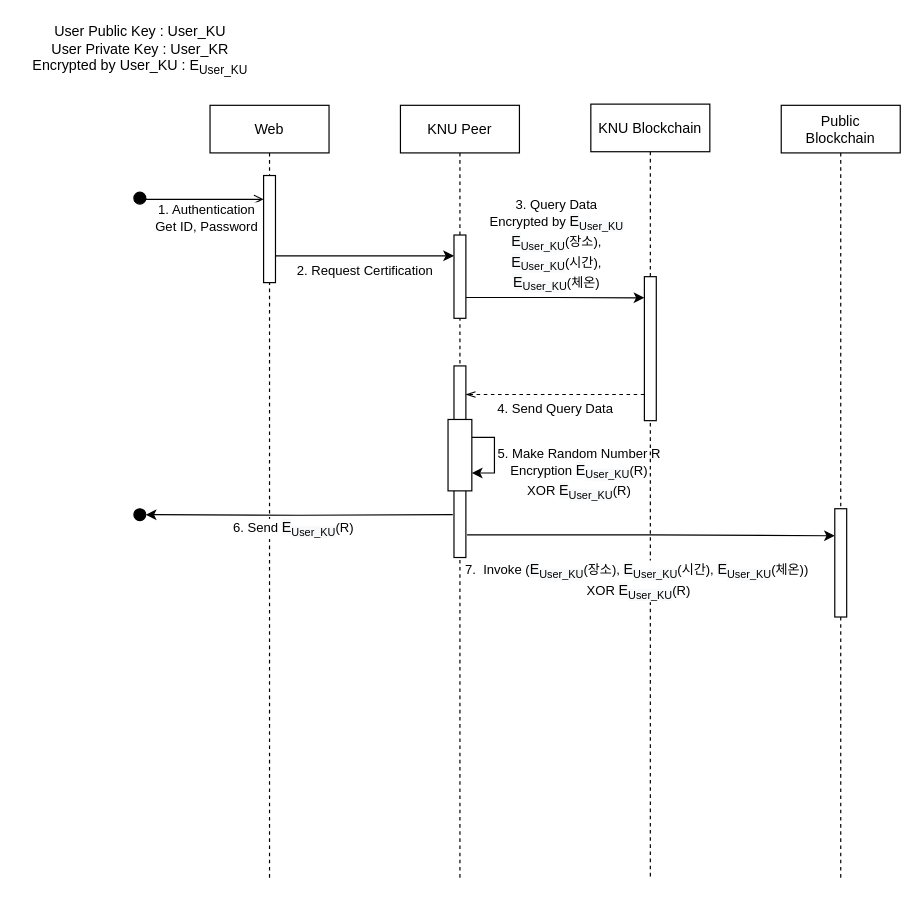
Earlier version of the draw.io diagram page "query" (3 of 3) of Sequence Diagram.drawio (GunhyungKim/TrackingSystem). Source tidied: cells renumbered, new cells numbered last; positions are measured from the earlier drawing's top-left corner, leaving out a move shared by most shapes. Both pictures are drawn from the tidied source at 119%, with x=0, y=0 at pixel (20, 20).
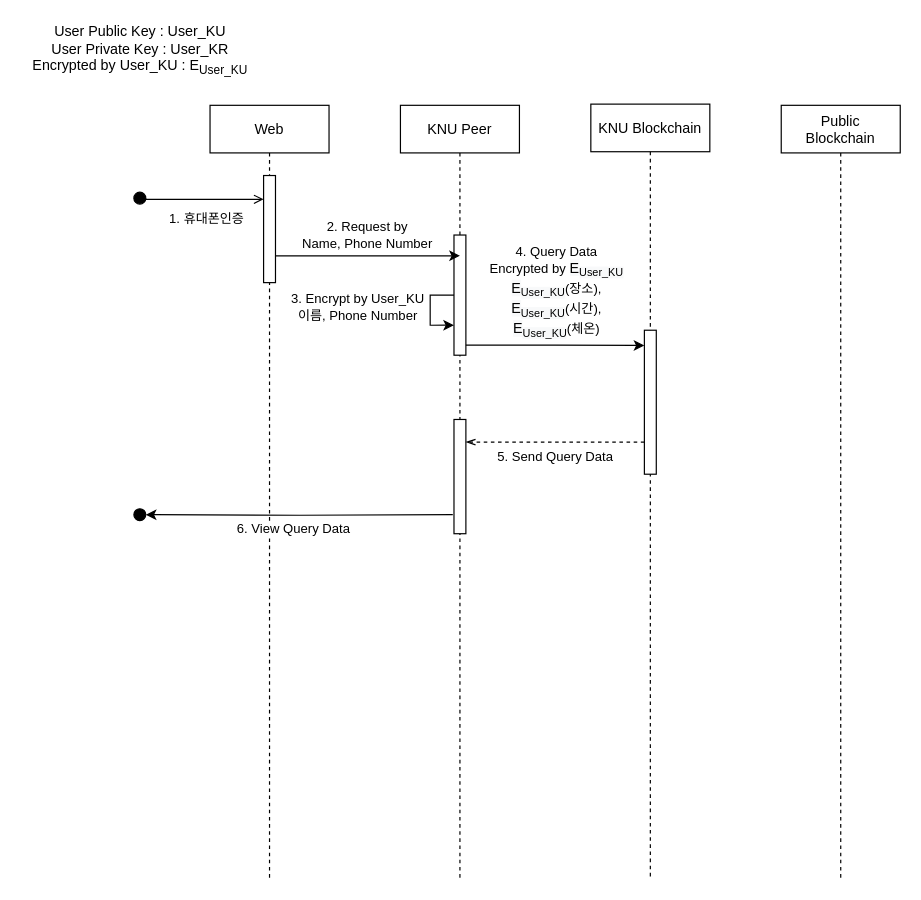
After the change.

The change refers to these unchanged cells:
```xml
<mxCell id="3" style="rounded=0;whiteSpace=wrap;html=1;" parent="2" vertex="1">
  <mxGeometry x="45" y="59" width="10" height="90" as="geometry" />
</mxCell>
<mxCell id="4" value="KNU Peer" style="shape=umlLifeline;perimeter=lifelinePerimeter;rounded=0;shadow=0;strokeWidth=1;" parent="1" vertex="1">
  <mxGeometry x="319" y="71" width="100" height="649" as="geometry" />
</mxCell>
<mxCell id="10" value="KNU Blockchain" style="shape=umlLifeline;perimeter=lifelinePerimeter;rounded=0;shadow=0;strokeWidth=1;" parent="1" vertex="1">
  <mxGeometry x="479" y="70" width="100" height="650" as="geometry" />
</mxCell>
<mxCell id="13" style="edgeStyle=orthogonalEdgeStyle;rounded=0;jettySize=auto;html=1;exitX=1;exitY=0.5;exitDx=0;exitDy=0;endArrow=open;endFill=0;entryX=-0.1;entryY=0.133;entryDx=0;entryDy=0;entryPerimeter=0;" parent="1" edge="1" source="12">
  <mxGeometry relative="1" as="geometry">
    <mxPoint x="204" y="150" as="targetPoint" />
    <Array as="points">
      <mxPoint x="105" y="150" />
    </Array>
  </mxGeometry>
</mxCell>
<mxCell id="17" value="Public&#10;Blockchain" style="shape=umlLifeline;perimeter=lifelinePerimeter;rounded=0;shadow=0;strokeWidth=1;" parent="1" vertex="1">
  <mxGeometry x="639" y="71" width="100" height="650" as="geometry" />
</mxCell>
<mxCell id="25" style="edgeStyle=orthogonalEdgeStyle;rounded=0;jettySize=auto;html=1;entryX=1;entryY=0.5;entryDx=0;entryDy=0;endArrow=classic;endFill=1;" parent="1" edge="1" target="24">
  <mxGeometry relative="1" as="geometry">
    <mxPoint x="363" y="415" as="sourcePoint" />
  </mxGeometry>
</mxCell>
```

The edit, as a diff of the source:
```diff
@@
     <mxCell id="5" style="rounded=0;whiteSpace=wrap;html=1;" parent="4" vertex="1">
-      <mxGeometry x="45" y="109" width="10" height="70" as="geometry" />
+      <mxGeometry x="45" y="109" width="10" height="101" as="geometry" />
     </mxCell>
     <mxCell id="6" style="rounded=0;whiteSpace=wrap;html=1;" parent="4" vertex="1">
-      <mxGeometry x="45" y="219" width="10" height="161" as="geometry" />
+      <mxGeometry x="45" y="264" width="10" height="96" as="geometry" />
     </mxCell>
-    <mxCell id="7" style="rounded=0;whiteSpace=wrap;html=1;fillColor=#FFFFFF;" parent="4" vertex="1">
-      <mxGeometry x="40" y="264" width="20" height="60" as="geometry" />
-    </mxCell>
-    <mxCell id="8" style="edgeStyle=orthogonalEdgeStyle;rounded=0;orthogonalLoop=1;jettySize=auto;html=1;exitX=1;exitY=0.25;exitDx=0;exitDy=0;entryX=1;entryY=0.75;entryDx=0;entryDy=0;endArrow=classic;endFill=1;" parent="4" edge="1" source="7" target="7">
-      <mxGeometry relative="1" as="geometry">
-        <Array as="points">
-          <mxPoint x="79" y="279" />
-          <mxPoint x="79" y="309" />
-        </Array>
-      </mxGeometry>
-    </mxCell>
-    <mxCell id="9" value="5. Make Random Number R&lt;br&gt;Encryption&amp;nbsp;&lt;span style=&quot;font-size: 12px ; background-color: rgb(248 , 249 , 250)&quot;&gt;E&lt;/span&gt;&lt;sub style=&quot;background-color: rgb(248 , 249 , 250)&quot;&gt;User_KU&lt;/sub&gt;(R)&lt;br&gt;XOR&amp;nbsp;&lt;span style=&quot;font-size: 12px ; background-color: rgb(248 , 249 , 250)&quot;&gt;E&lt;/span&gt;&lt;sub style=&quot;background-color: rgb(248 , 249 , 250)&quot;&gt;User_KU&lt;/sub&gt;(R)" style="edgeLabel;html=1;align=center;verticalAlign=middle;" parent="8" vertex="1">
-      <mxGeometry x="0.44" y="-3" relative="1" as="geometry">
-        <mxPoint x="70" y="3" as="offset" />
-      </mxGeometry>
-    </mxCell>
+    <mxCell id="29" style="edgeStyle=orthogonalEdgeStyle;rounded=0;orthogonalLoop=1;jettySize=auto;html=1;exitX=0;exitY=0.5;exitDx=0;exitDy=0;entryX=0;entryY=0.75;entryDx=0;entryDy=0;" parent="4" edge="1" source="5" target="5">
+      <mxGeometry relative="1" as="geometry">
+        <Array as="points">
+          <mxPoint x="25" y="160" />
+          <mxPoint x="25" y="185" />
+        </Array>
+      </mxGeometry>
+    </mxCell>
+    <mxCell id="30" value="3. Encrypt by User_KU&lt;br&gt;이름, Phone Number" style="edgeLabel;html=1;align=center;verticalAlign=middle;" parent="29" vertex="1">
+      <mxGeometry x="0.39" y="4" relative="1" as="geometry">
+        <mxPoint x="-60.7" y="-11.8" as="offset" />
+      </mxGeometry>
+    </mxCell>
@@
     <mxCell id="11" style="rounded=0;whiteSpace=wrap;html=1;" parent="10" vertex="1">
-      <mxGeometry x="45" y="145" width="10" height="121" as="geometry" />
+      <mxGeometry x="45" y="190" width="10" height="121" as="geometry" />
     </mxCell>
@@
-    <mxCell id="14" value="1. Authentication&lt;br&gt;Get ID, Password" style="edgeLabel;html=1;align=center;verticalAlign=middle;" parent="13" vertex="1">
+    <mxCell id="14" value="1. 휴대폰인증" style="edgeLabel;html=1;align=center;verticalAlign=middle;" parent="13" vertex="1">
       <mxGeometry x="0.26" y="1" relative="1" as="geometry">
         <mxPoint x="-12" y="16" as="offset" />
       </mxGeometry>
     </mxCell>
     <mxCell id="15" style="edgeStyle=orthogonalEdgeStyle;rounded=0;orthogonalLoop=1;jettySize=auto;html=1;exitX=0;exitY=0.75;exitDx=0;exitDy=0;entryX=1;entryY=0.25;entryDx=0;entryDy=0;endArrow=openThin;endFill=0;dashed=1;" parent="1" edge="1">
       <mxGeometry relative="1" as="geometry">
-        <mxPoint x="524" y="314" as="sourcePoint" />
-        <mxPoint x="374" y="314" as="targetPoint" />
+        <mxPoint x="524" y="354" as="sourcePoint" />
+        <mxPoint x="374" y="354" as="targetPoint" />
       </mxGeometry>
     </mxCell>
-    <mxCell id="16" value="4. Send Query Data" style="edgeLabel;html=1;align=center;verticalAlign=middle;" parent="15" vertex="1">
+    <mxCell id="16" value="5. Send Query Data" style="edgeLabel;html=1;align=center;verticalAlign=middle;" parent="15" vertex="1">
       <mxGeometry x="0.31" y="4" relative="1" as="geometry">
         <mxPoint x="22" y="7" as="offset" />
       </mxGeometry>
     </mxCell>
@@
-    <mxCell id="18" style="rounded=0;whiteSpace=wrap;html=1;" parent="17" vertex="1">
-      <mxGeometry x="45" y="339" width="10" height="91" as="geometry" />
-    </mxCell>
-    <mxCell id="19" style="edgeStyle=orthogonalEdgeStyle;rounded=0;jettySize=auto;html=1;exitX=1;exitY=0.75;exitDx=0;exitDy=0;entryX=0;entryY=0.25;entryDx=0;entryDy=0;" parent="1" edge="1" source="3" target="5">
+    <mxCell id="19" style="edgeStyle=orthogonalEdgeStyle;rounded=0;jettySize=auto;html=1;exitX=1;exitY=0.75;exitDx=0;exitDy=0;entryX=0.5;entryY=0.173;entryDx=0;entryDy=0;entryPerimeter=0;" parent="1" edge="1" source="3" target="5">
       <mxGeometry relative="1" as="geometry" />
     </mxCell>
-    <mxCell id="20" value="2. Request Certification" style="edgeLabel;html=1;align=center;verticalAlign=middle;" parent="19" vertex="1">
+    <mxCell id="20" value="2. Request by&lt;br&gt;Name, Phone Number" style="edgeLabel;html=1;align=center;verticalAlign=middle;" parent="19" vertex="1">
       <mxGeometry y="26" relative="1" as="geometry">
-        <mxPoint x="-1" y="37.5" as="offset" />
+        <mxPoint x="-1" y="8.5" as="offset" />
       </mxGeometry>
     </mxCell>
-    <mxCell id="21" style="edgeStyle=orthogonalEdgeStyle;rounded=0;jettySize=auto;html=1;exitX=1;exitY=0.75;exitDx=0;exitDy=0;entryX=0;entryY=0.147;entryDx=0;entryDy=0;entryPerimeter=0;" parent="1" edge="1" source="5" target="11">
-      <mxGeometry relative="1" as="geometry" />
+    <mxCell id="21" style="edgeStyle=orthogonalEdgeStyle;rounded=0;orthogonalLoop=1;jettySize=auto;html=1;exitX=1;exitY=0.75;exitDx=0;exitDy=0;entryX=0;entryY=0.147;entryDx=0;entryDy=0;entryPerimeter=0;" parent="1" edge="1">
+      <mxGeometry relative="1" as="geometry">
+        <mxPoint x="374" y="272.5" as="sourcePoint" />
+        <mxPoint x="524" y="272.8" as="targetPoint" />
+        <Array as="points">
+          <mxPoint x="449" y="273" />
+          <mxPoint x="449" y="273" />
+        </Array>
+      </mxGeometry>
     </mxCell>
-    <mxCell id="22" value="3. Query Data&lt;br&gt;Encrypted by&amp;nbsp;&lt;span style=&quot;font-size: 12px ; background-color: rgb(248 , 249 , 250)&quot;&gt;E&lt;/span&gt;&lt;sub style=&quot;background-color: rgb(248 , 249 , 250)&quot;&gt;User_KU&lt;/sub&gt;&lt;br&gt;&lt;span style=&quot;font-size: 12px ; background-color: rgb(248 , 249 , 250)&quot;&gt;E&lt;/span&gt;&lt;sub style=&quot;background-color: rgb(248 , 249 , 250)&quot;&gt;User_KU&lt;/sub&gt;(장소),&lt;br&gt;&lt;span style=&quot;font-size: 12px ; background-color: rgb(248 , 249 , 250)&quot;&gt;E&lt;/span&gt;&lt;sub style=&quot;background-color: rgb(248 , 249 , 250)&quot;&gt;User_KU&lt;/sub&gt;(시간),&lt;br&gt;&lt;span style=&quot;font-size: 12px ; background-color: rgb(248 , 249 , 250)&quot;&gt;E&lt;/span&gt;&lt;sub style=&quot;background-color: rgb(248 , 249 , 250)&quot;&gt;User_KU&lt;/sub&gt;(체온)" style="edgeLabel;html=1;align=center;verticalAlign=middle;" parent="21" vertex="1">
+    <mxCell id="22" value="4. Query Data&lt;br&gt;Encrypted by&amp;nbsp;&lt;span style=&quot;font-size: 12px ; background-color: rgb(248 , 249 , 250)&quot;&gt;E&lt;/span&gt;&lt;sub style=&quot;background-color: rgb(248 , 249 , 250)&quot;&gt;User_KU&lt;/sub&gt;&lt;br&gt;&lt;span style=&quot;font-size: 12px ; background-color: rgb(248 , 249 , 250)&quot;&gt;E&lt;/span&gt;&lt;sub style=&quot;background-color: rgb(248 , 249 , 250)&quot;&gt;User_KU&lt;/sub&gt;(장소),&lt;br&gt;&lt;span style=&quot;font-size: 12px ; background-color: rgb(248 , 249 , 250)&quot;&gt;E&lt;/span&gt;&lt;sub style=&quot;background-color: rgb(248 , 249 , 250)&quot;&gt;User_KU&lt;/sub&gt;(시간),&lt;br&gt;&lt;span style=&quot;font-size: 12px ; background-color: rgb(248 , 249 , 250)&quot;&gt;E&lt;/span&gt;&lt;sub style=&quot;background-color: rgb(248 , 249 , 250)&quot;&gt;User_KU&lt;/sub&gt;(체온)" style="edgeLabel;html=1;align=center;verticalAlign=middle;" parent="21" vertex="1">
       <mxGeometry y="-48" relative="1" as="geometry">
         <mxPoint x="0.3" y="-92.8" as="offset" />
       </mxGeometry>
     </mxCell>
@@
-    <mxCell id="26" value="6. Send&amp;nbsp;&lt;span style=&quot;font-size: 12px ; background-color: rgb(248 , 249 , 250)&quot;&gt;E&lt;/span&gt;&lt;sub style=&quot;background-color: rgb(248 , 249 , 250)&quot;&gt;User_KU&lt;/sub&gt;(R)" style="edgeLabel;html=1;align=center;verticalAlign=middle;" parent="25" vertex="1">
+    <mxCell id="26" value="6. View Query Data" style="edgeLabel;html=1;align=center;verticalAlign=middle;" parent="25" vertex="1">
       <mxGeometry x="0.11" y="-1" relative="1" as="geometry">
         <mxPoint x="8" y="12" as="offset" />
       </mxGeometry>
     </mxCell>
-    <mxCell id="27" style="edgeStyle=orthogonalEdgeStyle;rounded=0;jettySize=auto;html=1;exitX=1.1;exitY=0.882;exitDx=0;exitDy=0;entryX=0;entryY=0.25;entryDx=0;entryDy=0;endArrow=classic;endFill=1;exitPerimeter=0;" parent="1" edge="1" source="6" target="18">
-      <mxGeometry relative="1" as="geometry" />
-    </mxCell>
-    <mxCell id="28" value="7.&amp;nbsp; Invoke (&lt;span style=&quot;font-size: 12px ; background-color: rgb(248 , 249 , 250)&quot;&gt;E&lt;/span&gt;&lt;sub style=&quot;background-color: rgb(248 , 249 , 250)&quot;&gt;User_KU&lt;/sub&gt;(장소),&amp;nbsp;&lt;span style=&quot;font-size: 12px ; background-color: rgb(248 , 249 , 250)&quot;&gt;E&lt;/span&gt;&lt;sub style=&quot;background-color: rgb(248 , 249 , 250)&quot;&gt;User_KU&lt;/sub&gt;(시간),&amp;nbsp;&lt;span style=&quot;font-size: 12px ; background-color: rgb(248 , 249 , 250)&quot;&gt;E&lt;/span&gt;&lt;sub style=&quot;background-color: rgb(248 , 249 , 250)&quot;&gt;User_KU&lt;/sub&gt;(체온))&amp;nbsp;&lt;br&gt;XOR&amp;nbsp;&lt;span style=&quot;font-size: 12px ; background-color: rgb(248 , 249 , 250)&quot;&gt;E&lt;/span&gt;&lt;sub style=&quot;background-color: rgb(248 , 249 , 250)&quot;&gt;User_KU&lt;/sub&gt;(R)" style="edgeLabel;html=1;align=center;verticalAlign=middle;" parent="27" vertex="1">
-      <mxGeometry x="-0.66" y="2" relative="1" as="geometry">
-        <mxPoint x="91" y="40" as="offset" />
-      </mxGeometry>
-    </mxCell>
```
